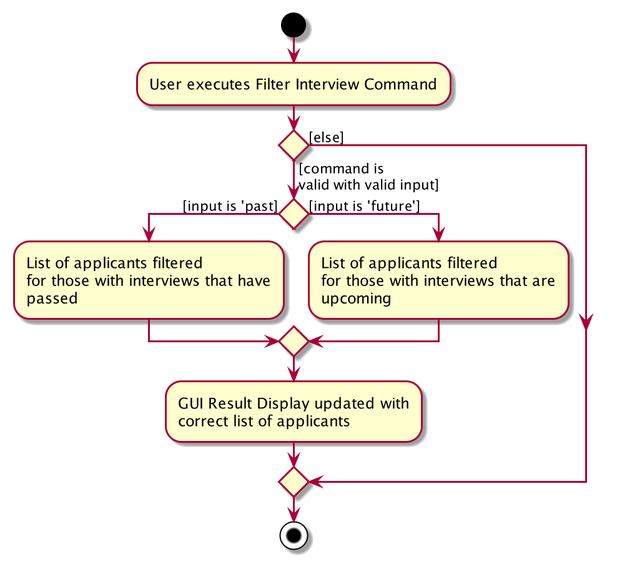
Before: docs/images/FilterInterviewCommandActivityDiagram.png, a diagram exported from PlantUML (nus-cs2103-AY2122S1/tp). Its diagram source:
```plantuml
@startuml
start
:User executes Filter Interview Command;


if () then ([command is
valid with valid input])

    if () then ([input is 'past])
    :List of applicants filtered
    for those with interviews that have
    passed;

    else ([input is 'future'])
    :List of applicants filtered
    for those with interviews that are
    upcoming;
    endif

    :GUI Result Display updated with
    correct list of applicants;


else([else])


endif
stop
@enduml
```
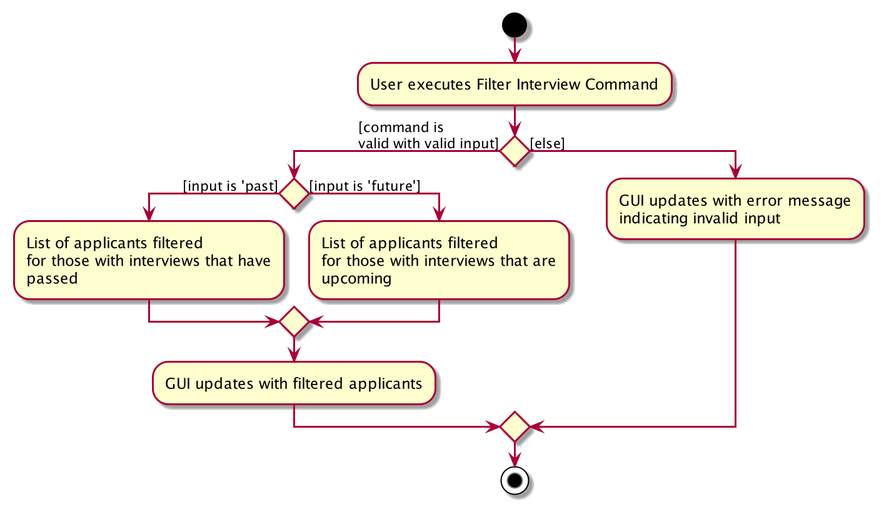
After the change.

Commit message:
Update delete_marked and filter_interview activity diagrams

Diff of the diagram source:
```diff
@@ -17,12 +17,12 @@
     upcoming;
     endif
 
-    :GUI Result Display updated with
-    correct list of applicants;
+    :GUI updates with filtered applicants;
 
 
 else([else])
-
+:GUI updates with error message
+indicating invalid input;
 
 endif
 stop
```
